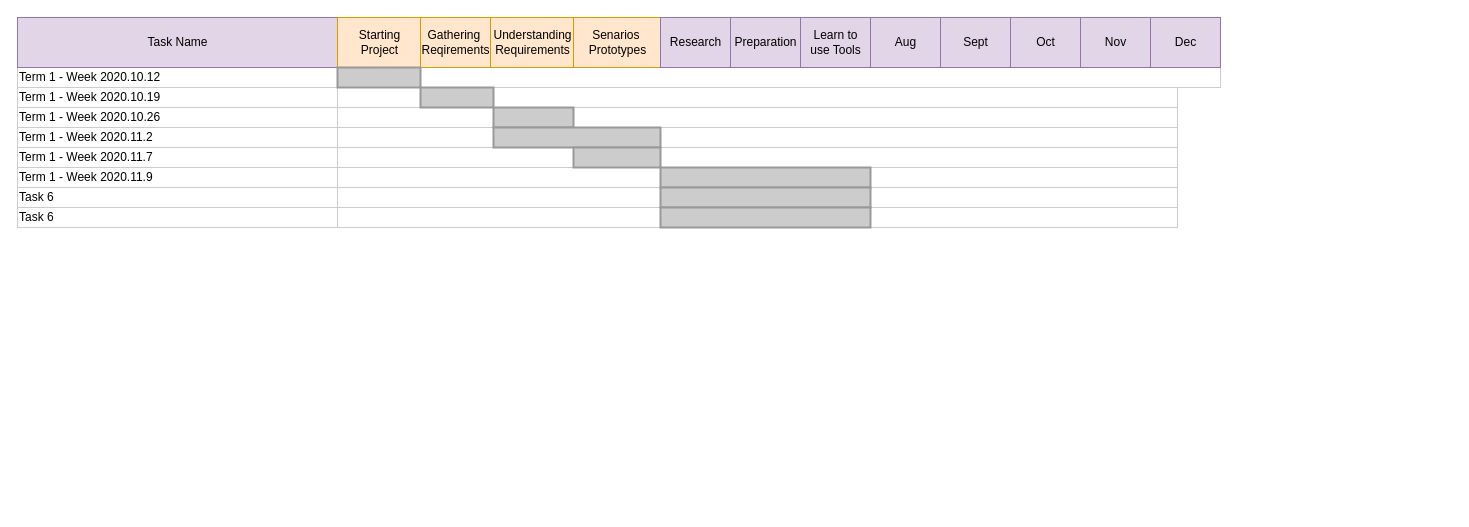
Above: gnatt-chart.drawio in kellydingzx/sys-eng-diagram (draw.io), before the change. Source tidied: cells renumbered, new cells numbered last; positions are measured from the earlier drawing's top-left corner, leaving out a move shared by most shapes. Both pictures are drawn from the tidied source at 100%, with x=0, y=0 at pixel (17, 17).
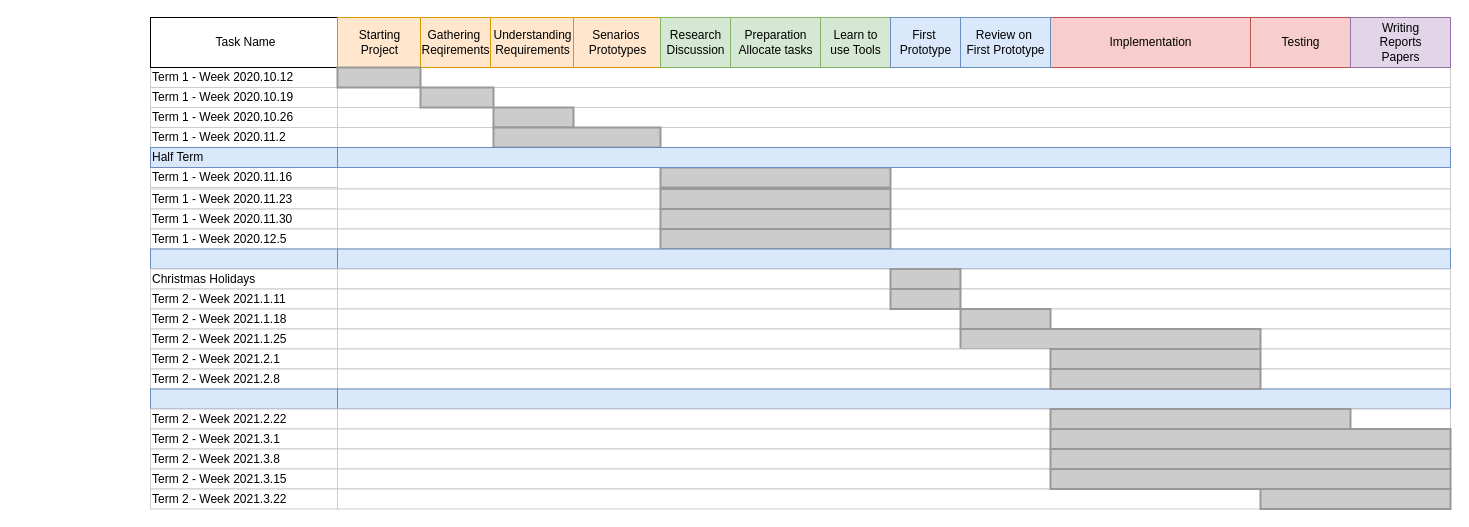
The same page after the edit.

Change to the diagram source:
```diff
@@
     <mxCell id="2" value="Term 1 - Week 2020.10.12" style="align=left;strokeColor=#CCCCCC;html=1;" parent="1" vertex="1">
-      <mxGeometry y="50" width="320" height="20" as="geometry" />
+      <mxGeometry x="133" y="50" width="187" height="20" as="geometry" />
     </mxCell>
     <mxCell id="3" value="Term 1 - Week 2020.10.19" style="align=left;strokeColor=#CCCCCC;html=1;" parent="1" vertex="1">
-      <mxGeometry y="70" width="320" height="20" as="geometry" />
+      <mxGeometry x="133" y="70" width="187" height="20" as="geometry" />
     </mxCell>
     <mxCell id="4" value="Term 1 - Week 2020.10.26" style="align=left;strokeColor=#CCCCCC;html=1;" parent="1" vertex="1">
-      <mxGeometry y="90" width="320" height="20" as="geometry" />
+      <mxGeometry x="133" y="90" width="187" height="20" as="geometry" />
     </mxCell>
     <mxCell id="5" value="Term 1 - Week 2020.11.2" style="align=left;strokeColor=#CCCCCC;html=1;" parent="1" vertex="1">
-      <mxGeometry y="110" width="320" height="20" as="geometry" />
+      <mxGeometry x="133" y="110" width="187" height="20" as="geometry" />
     </mxCell>
-    <mxCell id="6" value="Term 1 - Week 2020.11.7" style="align=left;strokeColor=#CCCCCC;html=1;" parent="1" vertex="1">
-      <mxGeometry y="130" width="320" height="20" as="geometry" />
-    </mxCell>
-    <mxCell id="7" value="Term 1 - Week 2020.11.9" style="align=left;strokeColor=#CCCCCC;html=1;" parent="1" vertex="1">
-      <mxGeometry y="150" width="320" height="20" as="geometry" />
+    <mxCell id="7" value="Term 1 - Week 2020.11.16" style="align=left;strokeColor=#CCCCCC;html=1;" parent="1" vertex="1">
+      <mxGeometry x="133" y="150" width="187" height="20" as="geometry" />
     </mxCell>
-    <mxCell id="8" value="Task Name" style="strokeWidth=1;fontStyle=0;html=1;fillColor=#e1d5e7;strokeColor=#9673a6;" parent="1" vertex="1">
-      <mxGeometry width="320" height="50" as="geometry" />
+    <mxCell id="8" value="Task Name" style="strokeWidth=1;fontStyle=0;html=1;" parent="1" vertex="1">
+      <mxGeometry x="133" width="190" height="50" as="geometry" />
     </mxCell>
-    <mxCell id="9" value="Task 6" style="align=left;strokeColor=#CCCCCC;html=1;" parent="1" vertex="1">
-      <mxGeometry y="170" width="320" height="20" as="geometry" />
+    <mxCell id="9" value="Term 1 - Week 2020.11.23" style="align=left;strokeColor=#CCCCCC;html=1;" parent="1" vertex="1">
+      <mxGeometry x="133" y="171.5" width="187" height="20" as="geometry" />
     </mxCell>
-    <mxCell id="10" value="Task 6" style="align=left;strokeColor=#CCCCCC;html=1;" parent="1" vertex="1">
-      <mxGeometry y="190" width="320" height="20" as="geometry" />
-    </mxCell>
     <mxCell id="11" style="align=left;strokeColor=#CCCCCC;html=1;" parent="1" vertex="1">
-      <mxGeometry x="330" y="50" width="873" height="20" as="geometry" />
+      <mxGeometry x="323" y="50" width="1110" height="20" as="geometry" />
     </mxCell>
@@
-    <mxCell id="16" value="Research" style="strokeWidth=1;fontStyle=0;html=1;fillColor=#e1d5e7;strokeColor=#9673a6;" parent="1" vertex="1">
+    <mxCell id="16" value="Research&lt;br&gt;Discussion" style="strokeWidth=1;fontStyle=0;html=1;fillColor=#d5e8d4;strokeColor=#82b366;" parent="1" vertex="1">
       <mxGeometry x="643" width="70" height="50" as="geometry" />
     </mxCell>
-    <mxCell id="17" value="Preparation" style="strokeWidth=1;fontStyle=0;html=1;fillColor=#e1d5e7;strokeColor=#9673a6;" parent="1" vertex="1">
-      <mxGeometry x="713" width="70" height="50" as="geometry" />
+    <mxCell id="17" value="Preparation&lt;br&gt;Allocate tasks" style="strokeWidth=1;fontStyle=0;html=1;fillColor=#d5e8d4;strokeColor=#82b366;" parent="1" vertex="1">
+      <mxGeometry x="713" width="90" height="50" as="geometry" />
     </mxCell>
-    <mxCell id="18" value="Learn to &lt;br&gt;use Tools" style="strokeWidth=1;fontStyle=0;html=1;fillColor=#e1d5e7;strokeColor=#9673a6;" parent="1" vertex="1">
-      <mxGeometry x="783" width="70" height="50" as="geometry" />
+    <mxCell id="18" value="Learn to &lt;br&gt;use Tools" style="strokeWidth=1;fontStyle=0;html=1;fillColor=#d5e8d4;strokeColor=#82b366;" parent="1" vertex="1">
+      <mxGeometry x="803" width="70" height="50" as="geometry" />
     </mxCell>
-    <mxCell id="19" value="Aug" style="strokeWidth=1;fontStyle=0;html=1;fillColor=#e1d5e7;strokeColor=#9673a6;" parent="1" vertex="1">
-      <mxGeometry x="853" width="70" height="50" as="geometry" />
+    <mxCell id="19" value="First&amp;nbsp;&lt;br&gt;Prototype" style="strokeWidth=1;fontStyle=0;html=1;fillColor=#dae8fc;strokeColor=#6c8ebf;" parent="1" vertex="1">
+      <mxGeometry x="873" width="70" height="50" as="geometry" />
     </mxCell>
-    <mxCell id="20" value="Sept" style="strokeWidth=1;fontStyle=0;html=1;fillColor=#e1d5e7;strokeColor=#9673a6;" parent="1" vertex="1">
-      <mxGeometry x="923" width="70" height="50" as="geometry" />
+    <mxCell id="20" value="Implementation" style="strokeWidth=1;fontStyle=0;html=1;fillColor=#f8cecc;strokeColor=#b85450;" parent="1" vertex="1">
+      <mxGeometry x="1033" width="200" height="50" as="geometry" />
     </mxCell>
-    <mxCell id="21" value="Oct" style="strokeWidth=1;fontStyle=0;html=1;fillColor=#e1d5e7;strokeColor=#9673a6;" parent="1" vertex="1">
-      <mxGeometry x="993" width="70" height="50" as="geometry" />
+    <mxCell id="21" value="Testing" style="strokeWidth=1;fontStyle=0;html=1;fillColor=#f8cecc;strokeColor=#b85450;" parent="1" vertex="1">
+      <mxGeometry x="1233" width="100" height="50" as="geometry" />
     </mxCell>
-    <mxCell id="22" value="Nov" style="strokeWidth=1;fontStyle=0;html=1;fillColor=#e1d5e7;strokeColor=#9673a6;" parent="1" vertex="1">
-      <mxGeometry x="1063" width="70" height="50" as="geometry" />
+    <mxCell id="22" value="Writing &lt;br&gt;Reports &lt;br&gt;Papers" style="strokeWidth=1;fontStyle=0;html=1;fillColor=#e1d5e7;strokeColor=#9673a6;" parent="1" vertex="1">
+      <mxGeometry x="1333" width="100" height="50" as="geometry" />
     </mxCell>
-    <mxCell id="23" value="Dec" style="strokeWidth=1;fontStyle=0;html=1;fillColor=#e1d5e7;strokeColor=#9673a6;" parent="1" vertex="1">
-      <mxGeometry x="1133" width="70" height="50" as="geometry" />
+    <mxCell id="23" value="Review&amp;nbsp;on&amp;nbsp;&lt;br&gt;First Prototype" style="strokeWidth=1;fontStyle=0;html=1;fillColor=#dae8fc;strokeColor=#6c8ebf;" parent="1" vertex="1">
+      <mxGeometry x="943" width="90" height="50" as="geometry" />
     </mxCell>
     <mxCell id="24" style="align=left;strokeColor=#CCCCCC;html=1;" parent="1" vertex="1">
-      <mxGeometry x="320" y="70" width="840" height="20" as="geometry" />
+      <mxGeometry x="320" y="70" width="1113" height="20" as="geometry" />
     </mxCell>
     <mxCell id="25" style="align=left;strokeColor=#CCCCCC;html=1;" parent="1" vertex="1">
-      <mxGeometry x="320" y="90" width="840" height="20" as="geometry" />
+      <mxGeometry x="320" y="90" width="1113" height="20" as="geometry" />
     </mxCell>
     <mxCell id="26" style="align=left;strokeColor=#CCCCCC;html=1;" parent="1" vertex="1">
-      <mxGeometry x="320" y="110" width="840" height="20" as="geometry" />
+      <mxGeometry x="320" y="110" width="1113" height="20" as="geometry" />
     </mxCell>
     <mxCell id="27" style="align=left;strokeColor=#CCCCCC;html=1;" parent="1" vertex="1">
-      <mxGeometry x="320" y="130" width="840" height="20" as="geometry" />
+      <mxGeometry x="320" y="150" width="1113" height="21.5" as="geometry" />
     </mxCell>
     <mxCell id="28" style="align=left;strokeColor=#CCCCCC;html=1;" parent="1" vertex="1">
-      <mxGeometry x="320" y="150" width="840" height="20" as="geometry" />
+      <mxGeometry x="320" y="171.5" width="1113" height="24.6" as="geometry" />
     </mxCell>
     <mxCell id="29" style="align=left;strokeColor=#CCCCCC;html=1;" parent="1" vertex="1">
-      <mxGeometry x="320" y="170" width="840" height="20" as="geometry" />
+      <mxGeometry x="320" y="191.5" width="1113" height="20" as="geometry" />
     </mxCell>
     <mxCell id="30" style="align=left;strokeColor=#CCCCCC;html=1;" parent="1" vertex="1">
-      <mxGeometry x="320" y="190" width="840" height="20" as="geometry" />
+      <mxGeometry x="320" y="211.5" width="1113" height="20" as="geometry" />
     </mxCell>
@@
-    <mxCell id="35" style="whiteSpace=wrap;html=1;strokeWidth=2;fillColor=#CCCCCC;gradientColor=none;fontSize=14;align=center;strokeColor=#999999;" parent="1" vertex="1">
-      <mxGeometry x="556" y="130" width="87" height="20" as="geometry" />
-    </mxCell>
     <mxCell id="36" style="whiteSpace=wrap;html=1;strokeWidth=2;fillColor=#CCCCCC;gradientColor=none;fontSize=14;align=center;strokeColor=#999999;" parent="1" vertex="1">
-      <mxGeometry x="643" y="150" width="210" height="20" as="geometry" />
+      <mxGeometry x="643" y="150" width="230" height="20" as="geometry" />
     </mxCell>
     <mxCell id="37" style="whiteSpace=wrap;html=1;strokeWidth=2;fillColor=#CCCCCC;gradientColor=none;fontSize=14;align=center;strokeColor=#999999;" parent="1" vertex="1">
-      <mxGeometry x="643" y="170" width="210" height="20" as="geometry" />
+      <mxGeometry x="643" y="171.5" width="230" height="20" as="geometry" />
     </mxCell>
     <mxCell id="38" style="whiteSpace=wrap;html=1;strokeWidth=2;fillColor=#CCCCCC;gradientColor=none;fontSize=14;align=center;strokeColor=#999999;" parent="1" vertex="1">
-      <mxGeometry x="643" y="190" width="210" height="20" as="geometry" />
+      <mxGeometry x="643" y="191.5" width="230" height="20" as="geometry" />
     </mxCell>
+    <mxCell id="39" value="Term 1 - Week 2020.11.30" style="align=left;strokeColor=#CCCCCC;html=1;" parent="1" vertex="1">
+      <mxGeometry x="133" y="191.5" width="187" height="20" as="geometry" />
+    </mxCell>
+    <mxCell id="40" value="Term 1 - Week 2020.12.5" style="align=left;strokeColor=#CCCCCC;html=1;" parent="1" vertex="1">
+      <mxGeometry x="133" y="211.5" width="187" height="20" as="geometry" />
+    </mxCell>
+    <mxCell id="41" style="whiteSpace=wrap;html=1;strokeWidth=2;fillColor=#CCCCCC;gradientColor=none;fontSize=14;align=center;strokeColor=#999999;" parent="1" vertex="1">
+      <mxGeometry x="643" y="211.5" width="230" height="20" as="geometry" />
+    </mxCell>
+    <mxCell id="42" style="align=left;strokeColor=#6c8ebf;html=1;fillColor=#dae8fc;" parent="1" vertex="1">
+      <mxGeometry x="133" y="231.5" width="187" height="20" as="geometry" />
+    </mxCell>
+    <mxCell id="43" style="align=left;strokeColor=#6c8ebf;html=1;fillColor=#dae8fc;" parent="1" vertex="1">
+      <mxGeometry x="320" y="231.5" width="1113" height="20" as="geometry" />
+    </mxCell>
+    <mxCell id="44" value="Christmas Holidays" style="align=left;strokeColor=#CCCCCC;html=1;" parent="1" vertex="1">
+      <mxGeometry x="133" y="251.5" width="187" height="20" as="geometry" />
+    </mxCell>
+    <mxCell id="45" style="align=left;strokeColor=#CCCCCC;html=1;" parent="1" vertex="1">
+      <mxGeometry x="320" y="251.5" width="1113" height="20" as="geometry" />
+    </mxCell>
+    <mxCell id="46" style="whiteSpace=wrap;html=1;strokeWidth=2;fillColor=#CCCCCC;gradientColor=none;fontSize=14;align=center;strokeColor=#999999;" parent="1" vertex="1">
+      <mxGeometry x="873" y="251.5" width="70" height="20" as="geometry" />
+    </mxCell>
+    <mxCell id="47" value="Term 2 - Week 2021.1.11" style="align=left;strokeColor=#CCCCCC;html=1;" parent="1" vertex="1">
+      <mxGeometry x="133" y="271.5" width="187" height="20" as="geometry" />
+    </mxCell>
+    <mxCell id="48" value="Term 2 - Week 2021.1.18" style="align=left;strokeColor=#CCCCCC;html=1;" parent="1" vertex="1">
+      <mxGeometry x="133" y="291.5" width="187" height="20" as="geometry" />
+    </mxCell>
+    <mxCell id="49" value="Term 2 - Week 2021.1.25" style="align=left;strokeColor=#CCCCCC;html=1;" parent="1" vertex="1">
+      <mxGeometry x="133" y="311.5" width="187" height="20" as="geometry" />
+    </mxCell>
+    <mxCell id="50" style="align=left;strokeColor=#CCCCCC;html=1;" parent="1" vertex="1">
+      <mxGeometry x="320" y="271.5" width="1113" height="20" as="geometry" />
+    </mxCell>
+    <mxCell id="51" style="align=left;strokeColor=#CCCCCC;html=1;" parent="1" vertex="1">
+      <mxGeometry x="320" y="291.5" width="1113" height="20" as="geometry" />
+    </mxCell>
+    <mxCell id="52" style="align=left;strokeColor=#CCCCCC;html=1;" parent="1" vertex="1">
+      <mxGeometry x="320" y="311.5" width="1113" height="20" as="geometry" />
+    </mxCell>
+    <mxCell id="53" style="whiteSpace=wrap;html=1;strokeWidth=2;fillColor=#CCCCCC;gradientColor=none;fontSize=14;align=center;strokeColor=#999999;" parent="1" vertex="1">
+      <mxGeometry x="943" y="291.5" width="90" height="20" as="geometry" />
+    </mxCell>
+    <mxCell id="54" style="whiteSpace=wrap;html=1;strokeWidth=2;fillColor=#CCCCCC;gradientColor=none;fontSize=14;align=center;strokeColor=#999999;" parent="1" vertex="1">
+      <mxGeometry x="873" y="271.5" width="70" height="20" as="geometry" />
+    </mxCell>
+    <mxCell id="55" style="whiteSpace=wrap;html=1;strokeWidth=2;fillColor=#CCCCCC;gradientColor=none;fontSize=14;align=center;strokeColor=#999999;" parent="1" vertex="1">
+      <mxGeometry x="943" y="311.5" width="300" height="20" as="geometry" />
+    </mxCell>
+    <mxCell id="56" value="Term 2 - Week 2021.2.1" style="align=left;strokeColor=#CCCCCC;html=1;" parent="1" vertex="1">
+      <mxGeometry x="133" y="331.5" width="187" height="20" as="geometry" />
+    </mxCell>
+    <mxCell id="57" value="Half Term" style="align=left;strokeColor=#6c8ebf;html=1;fillColor=#dae8fc;" parent="1" vertex="1">
+      <mxGeometry x="133" y="130" width="187" height="20" as="geometry" />
+    </mxCell>
+    <mxCell id="58" style="align=left;strokeColor=#6c8ebf;html=1;fillColor=#dae8fc;" parent="1" vertex="1">
+      <mxGeometry x="320" y="130" width="1113" height="20" as="geometry" />
+    </mxCell>
+    <mxCell id="59" value="Term 2 - Week 2021.2.8" style="align=left;strokeColor=#CCCCCC;html=1;" parent="1" vertex="1">
+      <mxGeometry x="133" y="351.5" width="187" height="20" as="geometry" />
+    </mxCell>
+    <mxCell id="60" style="align=left;strokeColor=#CCCCCC;html=1;" parent="1" vertex="1">
+      <mxGeometry x="320" y="331.5" width="1113" height="20" as="geometry" />
+    </mxCell>
+    <mxCell id="61" style="align=left;strokeColor=#CCCCCC;html=1;" parent="1" vertex="1">
+      <mxGeometry x="320" y="351.5" width="1113" height="20" as="geometry" />
+    </mxCell>
+    <mxCell id="62" style="align=left;strokeColor=#6c8ebf;html=1;fillColor=#dae8fc;" parent="1" vertex="1">
+      <mxGeometry x="133" y="371.5" width="187" height="20" as="geometry" />
+    </mxCell>
+    <mxCell id="63" style="align=left;strokeColor=#6c8ebf;html=1;fillColor=#dae8fc;" parent="1" vertex="1">
+      <mxGeometry x="320" y="371.5" width="1113" height="20" as="geometry" />
+    </mxCell>
+    <mxCell id="64" value="Term 2 - Week 2021.2.22" style="align=left;strokeColor=#CCCCCC;html=1;" parent="1" vertex="1">
+      <mxGeometry x="133" y="391.5" width="187" height="20" as="geometry" />
+    </mxCell>
+    <mxCell id="65" value="Term 2 - Week 2021.3.1" style="align=left;strokeColor=#CCCCCC;html=1;" parent="1" vertex="1">
+      <mxGeometry x="133" y="411.5" width="187" height="20" as="geometry" />
+    </mxCell>
+    <mxCell id="66" value="Term 2 - Week 2021.3.8" style="align=left;strokeColor=#CCCCCC;html=1;" parent="1" vertex="1">
+      <mxGeometry x="133" y="431.5" width="187" height="20" as="geometry" />
+    </mxCell>
+    <mxCell id="67" value="Term 2 - Week 2021.3.15" style="align=left;strokeColor=#CCCCCC;html=1;" parent="1" vertex="1">
+      <mxGeometry x="133" y="451.5" width="187" height="20" as="geometry" />
+    </mxCell>
+    <mxCell id="68" value="Term 2 - Week 2021.3.22" style="align=left;strokeColor=#CCCCCC;html=1;" parent="1" vertex="1">
+      <mxGeometry x="133" y="471.5" width="187" height="20" as="geometry" />
+    </mxCell>
+    <mxCell id="69" style="align=left;strokeColor=#CCCCCC;html=1;" parent="1" vertex="1">
+      <mxGeometry x="320" y="391.5" width="1113" height="20" as="geometry" />
+    </mxCell>
+    <mxCell id="70" style="align=left;strokeColor=#CCCCCC;html=1;" parent="1" vertex="1">
+      <mxGeometry x="320" y="411.5" width="1113" height="20" as="geometry" />
+    </mxCell>
+    <mxCell id="71" style="align=left;strokeColor=#CCCCCC;html=1;" parent="1" vertex="1">
+      <mxGeometry x="320" y="431.5" width="1113" height="20" as="geometry" />
+    </mxCell>
+    <mxCell id="72" style="align=left;strokeColor=#CCCCCC;html=1;" parent="1" vertex="1">
+      <mxGeometry x="320" y="451.5" width="1113" height="20" as="geometry" />
+    </mxCell>
+    <mxCell id="73" style="align=left;strokeColor=#CCCCCC;html=1;" parent="1" vertex="1">
+      <mxGeometry x="320" y="471.5" width="1113" height="20" as="geometry" />
+    </mxCell>
+    <mxCell id="74" style="whiteSpace=wrap;html=1;strokeWidth=2;fillColor=#CCCCCC;gradientColor=none;fontSize=14;align=center;strokeColor=#999999;" parent="1" vertex="1">
+      <mxGeometry x="1033" y="331.5" width="210" height="20" as="geometry" />
+    </mxCell>
+    <mxCell id="75" style="whiteSpace=wrap;html=1;strokeWidth=2;fillColor=#CCCCCC;gradientColor=none;fontSize=14;align=center;strokeColor=#999999;" parent="1" vertex="1">
+      <mxGeometry x="1033" y="351.5" width="210" height="20" as="geometry" />
+    </mxCell>
+    <mxCell id="76" style="whiteSpace=wrap;html=1;strokeWidth=2;fillColor=#CCCCCC;gradientColor=none;fontSize=14;align=center;strokeColor=#999999;" parent="1" vertex="1">
+      <mxGeometry x="1033" y="391.5" width="300" height="20" as="geometry" />
+    </mxCell>
+    <mxCell id="77" style="whiteSpace=wrap;html=1;strokeWidth=2;fillColor=#CCCCCC;gradientColor=none;fontSize=14;align=center;strokeColor=#999999;" parent="1" vertex="1">
+      <mxGeometry x="1033" y="411.5" width="400" height="20" as="geometry" />
+    </mxCell>
+    <mxCell id="78" style="whiteSpace=wrap;html=1;strokeWidth=2;fillColor=#CCCCCC;gradientColor=none;fontSize=14;align=center;strokeColor=#999999;" parent="1" vertex="1">
+      <mxGeometry x="1033" y="431.5" width="400" height="20" as="geometry" />
+    </mxCell>
+    <mxCell id="79" style="whiteSpace=wrap;html=1;strokeWidth=2;fillColor=#CCCCCC;gradientColor=none;fontSize=14;align=center;strokeColor=#999999;" parent="1" vertex="1">
+      <mxGeometry x="1033" y="451.5" width="400" height="20" as="geometry" />
+    </mxCell>
+    <mxCell id="80" style="whiteSpace=wrap;html=1;strokeWidth=2;fillColor=#CCCCCC;gradientColor=none;fontSize=14;align=center;strokeColor=#999999;" parent="1" vertex="1">
+      <mxGeometry x="1243" y="471.5" width="190" height="20" as="geometry" />
+    </mxCell>
```
